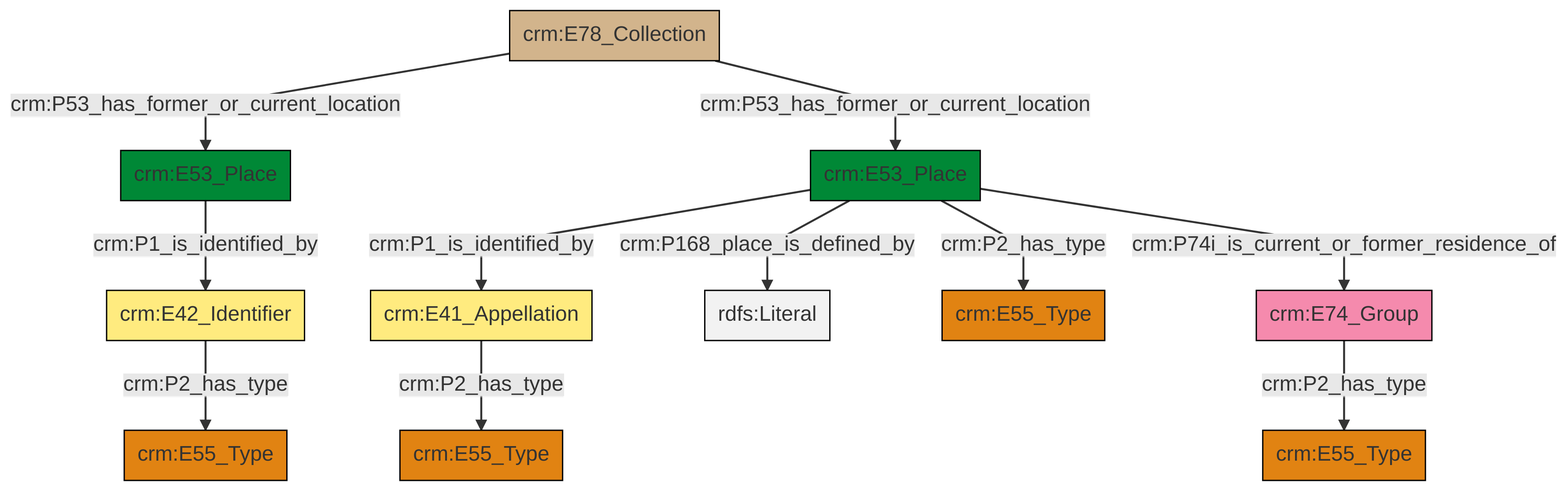
Above: et/archivalCSV/ttl/mmd/png/archival_location.png in swiss-art-research-net/docs.swissartresearch (Mermaid), before the change. Its source is kept beside it as et/archivalCSV/ttl/mmd/archival_location.ttl.mmd.
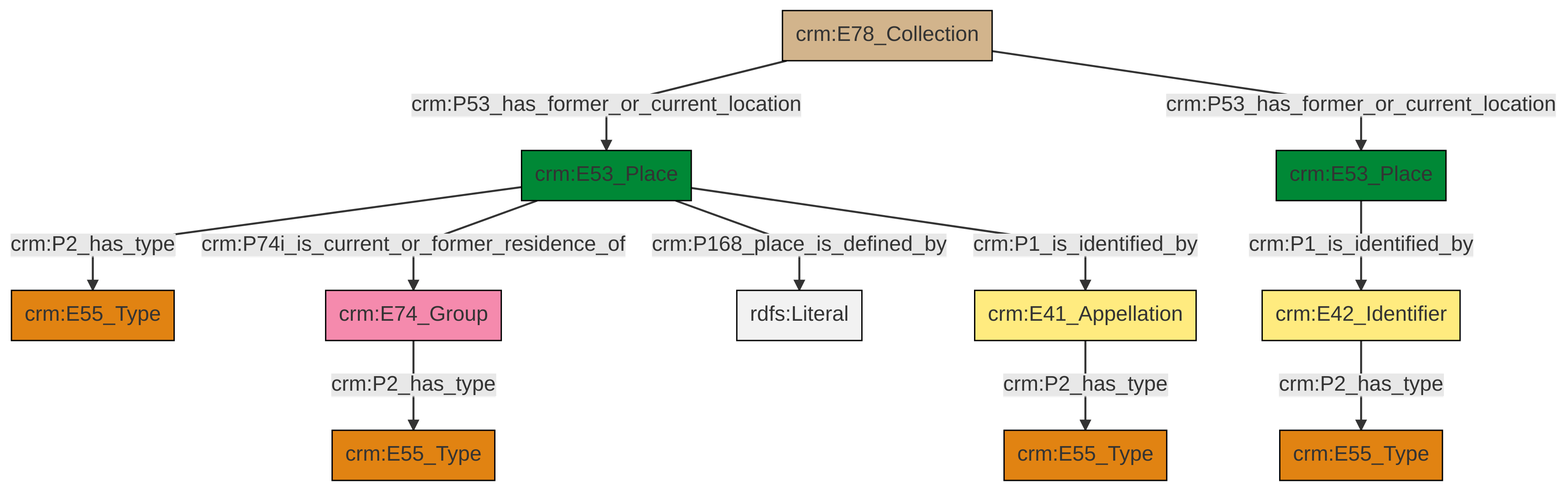
The same file after the commit.

Change to the diagram source:
```diff
@@ -13,13 +13,13 @@
 classDef PC_Classes fill:#4ce600, stroke:#000000;
 classDef Multi fill:#cccccc,stroke:#000000;
 
-10["crm:E53_Place"]:::Place -->|crm:P1_is_identified_by| 11["crm:E41_Appellation"]:::Appellation
-13["crm:E53_Place"]:::Place -->|crm:P1_is_identified_by| 8["crm:E42_Identifier"]:::Appellation
-10["crm:E53_Place"]:::Place -->|crm:P168_place_is_defined_by| 14[rdfs:Literal]:::Literal
-10["crm:E53_Place"]:::Place -->|crm:P2_has_type| 4["crm:E55_Type"]:::Type
-16["crm:E78_Collection"]:::Physical_Thing -->|crm:P53_has_former_or_current_location| 13["crm:E53_Place"]:::Place
-6["crm:E74_Group"]:::Actor -->|crm:P2_has_type| 0["crm:E55_Type"]:::Type
-10["crm:E53_Place"]:::Place -->|crm:P74i_is_current_or_former_residence_of| 6["crm:E74_Group"]:::Actor
-11["crm:E41_Appellation"]:::Appellation -->|crm:P2_has_type| 2["crm:E55_Type"]:::Type
-16["crm:E78_Collection"]:::Physical_Thing -->|crm:P53_has_former_or_current_location| 10["crm:E53_Place"]:::Place
-8["crm:E42_Identifier"]:::Appellation -->|crm:P2_has_type| 19["crm:E55_Type"]:::Type
+4["crm:E42_Identifier"]:::Appellation -->|crm:P2_has_type| 0["crm:E55_Type"]:::Type
+5["crm:E53_Place"]:::Place -->|crm:P2_has_type| 6["crm:E55_Type"]:::Type
+7["crm:E78_Collection"]:::Physical_Thing -->|crm:P53_has_former_or_current_location| 5["crm:E53_Place"]:::Place
+8["crm:E53_Place"]:::Place -->|crm:P1_is_identified_by| 4["crm:E42_Identifier"]:::Appellation
+7["crm:E78_Collection"]:::Physical_Thing -->|crm:P53_has_former_or_current_location| 8["crm:E53_Place"]:::Place
+10["crm:E41_Appellation"]:::Appellation -->|crm:P2_has_type| 11["crm:E55_Type"]:::Type
+5["crm:E53_Place"]:::Place -->|crm:P74i_is_current_or_former_residence_of| 15["crm:E74_Group"]:::Actor
+5["crm:E53_Place"]:::Place -->|crm:P168_place_is_defined_by| 19[rdfs:Literal]:::Literal
+15["crm:E74_Group"]:::Actor -->|crm:P2_has_type| 2["crm:E55_Type"]:::Type
+5["crm:E53_Place"]:::Place -->|crm:P1_is_identified_by| 10["crm:E41_Appellation"]:::Appellation
```
